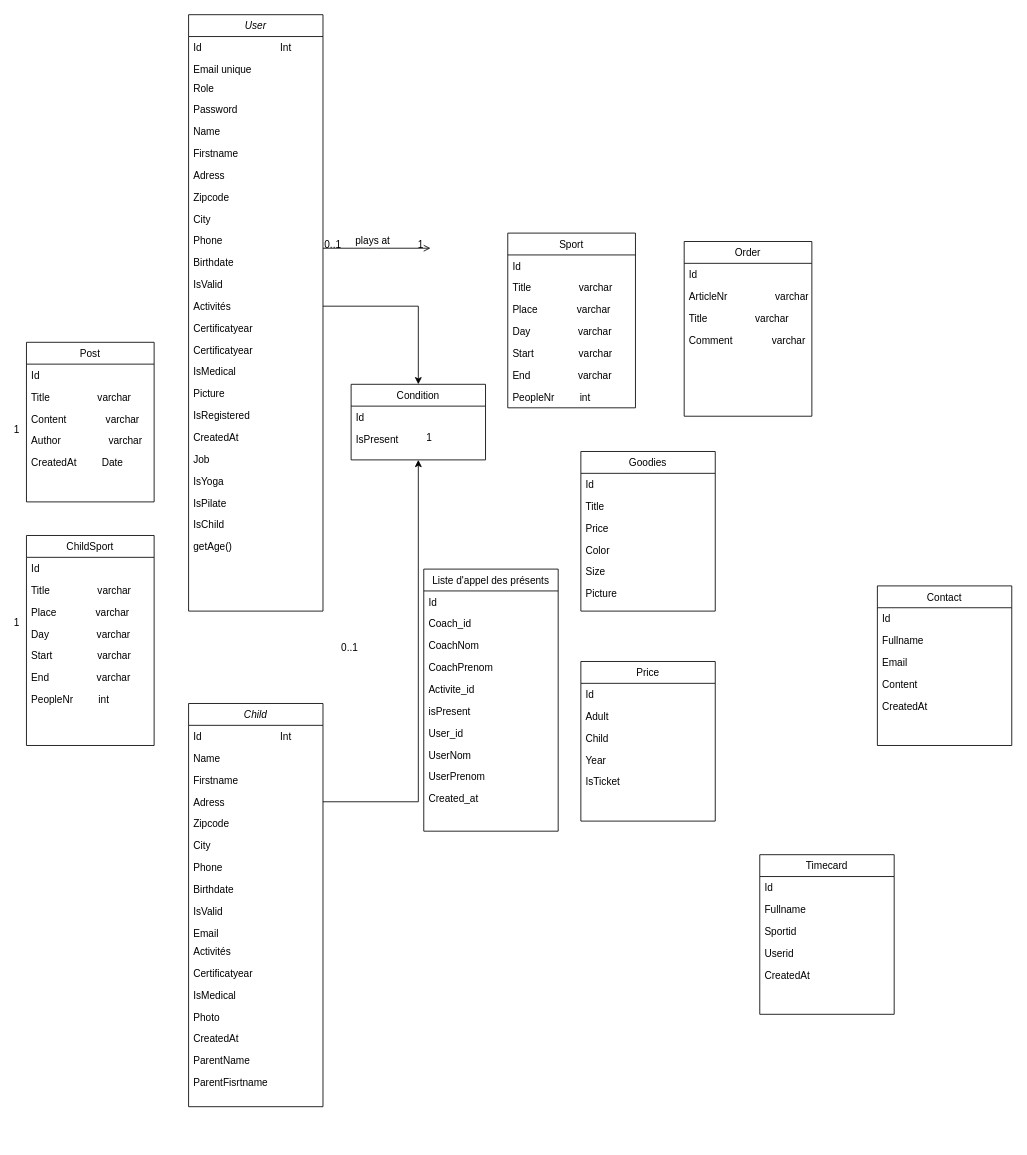
Above: asdec/Diagramme de classe bon.drawio in cyrisa02/diagrammes-UML (draw.io), before the change. Source tidied: cells renumbered, new cells numbered last; positions are measured from the earlier drawing's top-left corner, leaving out a move shared by most shapes. Both pictures are drawn from the tidied source at 84%, with x=0, y=0 at pixel (20, 14).
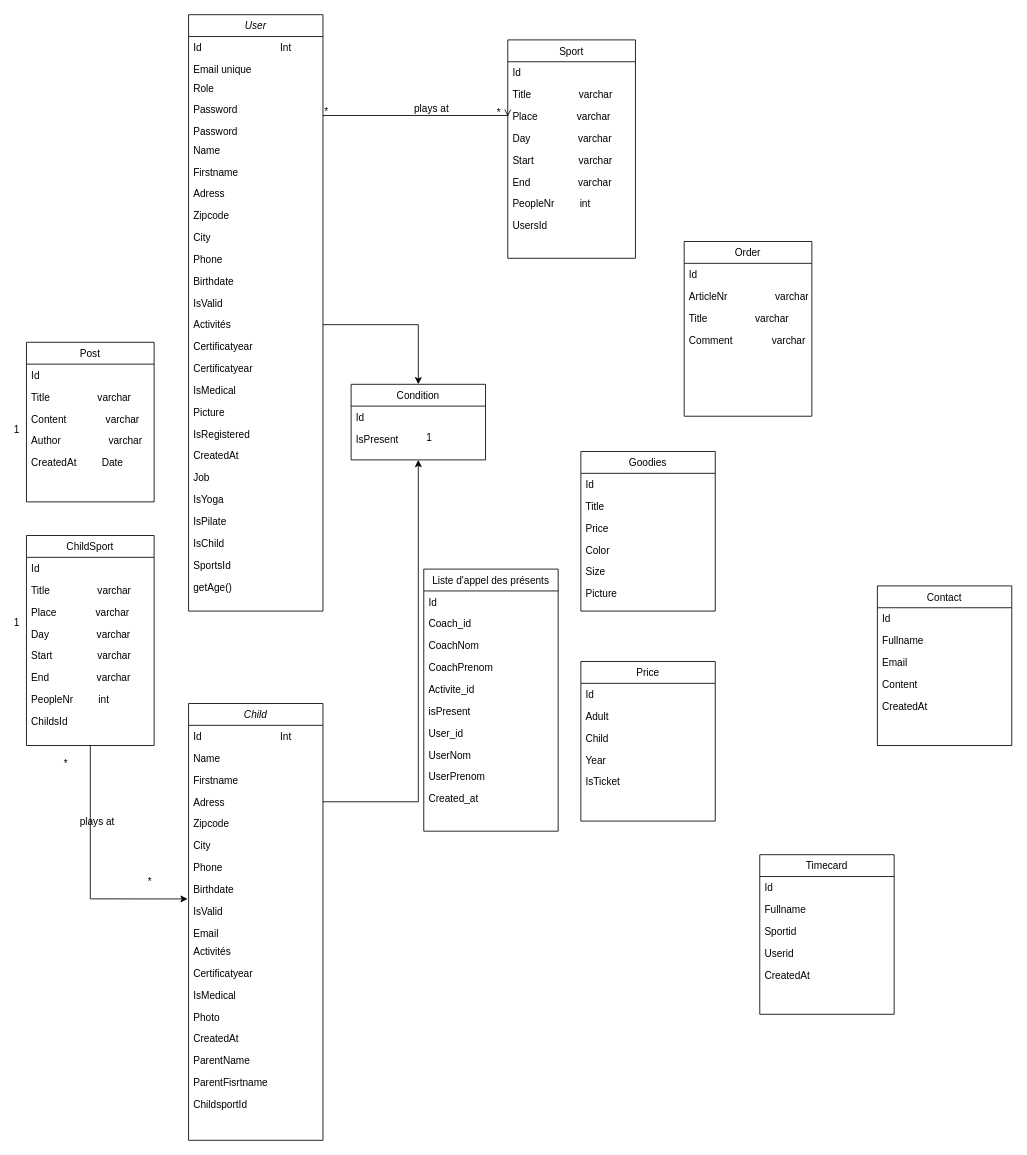
Above is the later version.

Commit message:
Mettre à jour Diagramme de classe bon.drawio

The change refers to these unchanged cells:
```xml
<mxCell id="2" value="User" style="swimlane;fontStyle=2;align=center;verticalAlign=top;horizontal=1;startSize=26;rounded=0;shadow=0;strokeWidth=1;" parent="1" vertex="1">
  <mxGeometry x="200" width="160" height="710" as="geometry" />
</mxCell>
<mxCell id="35" value="Place              varchar" style="text;align=left;verticalAlign=top;spacingLeft=4;spacingRight=4;overflow=hidden;points=[[0,0.5],[1,0.5]];portConstraint=eastwest;rounded=0;shadow=0;html=0;" parent="32" vertex="1">
  <mxGeometry y="78" width="152" height="26" as="geometry" />
</mxCell>
<mxCell id="75" value="IsValid" style="text;align=left;verticalAlign=top;spacingLeft=4;spacingRight=4;overflow=hidden;points=[[0,0.5],[1,0.5]];portConstraint=eastwest;" parent="66" vertex="1">
  <mxGeometry y="234" width="160" height="26" as="geometry" />
</mxCell>
<mxCell id="84" value="ChildSport" style="swimlane;fontStyle=0;align=center;verticalAlign=top;horizontal=1;startSize=26;rounded=0;shadow=0;strokeWidth=1;" parent="1" vertex="1">
  <mxGeometry x="7" y="620" width="152" height="250" as="geometry" />
</mxCell>
```

Change to the diagram source:
```diff
@@
+    <mxCell id="121" value="Password" style="text;align=left;verticalAlign=top;spacingLeft=4;spacingRight=4;overflow=hidden;" parent="2" vertex="1">
+      <mxGeometry y="126" width="160" height="22" as="geometry" />
+    </mxCell>
     <mxCell id="7" value="Name" style="text;align=left;verticalAlign=top;spacingLeft=4;spacingRight=4;overflow=hidden;" parent="2" vertex="1">
-      <mxGeometry y="126" width="160" height="26" as="geometry" />
+      <mxGeometry y="148" width="160" height="26" as="geometry" />
     </mxCell>
     <mxCell id="8" value="Firstname" style="text;align=left;verticalAlign=top;spacingLeft=4;spacingRight=4;overflow=hidden;rounded=0;shadow=0;html=0;" parent="2" vertex="1">
-      <mxGeometry y="152" width="160" height="26" as="geometry" />
+      <mxGeometry y="174" width="160" height="26" as="geometry" />
     </mxCell>
     <mxCell id="9" value="Adress" style="text;align=left;verticalAlign=top;spacingLeft=4;spacingRight=4;overflow=hidden;" parent="2" vertex="1">
-      <mxGeometry y="178" width="160" height="26" as="geometry" />
+      <mxGeometry y="200" width="160" height="26" as="geometry" />
     </mxCell>
     <mxCell id="10" value="Zipcode" style="text;align=left;verticalAlign=top;spacingLeft=4;spacingRight=4;overflow=hidden;" parent="2" vertex="1">
-      <mxGeometry y="204" width="160" height="26" as="geometry" />
+      <mxGeometry y="226" width="160" height="26" as="geometry" />
     </mxCell>
     <mxCell id="11" value="City" style="text;align=left;verticalAlign=top;spacingLeft=4;spacingRight=4;overflow=hidden;" parent="2" vertex="1">
-      <mxGeometry y="230" width="160" height="26" as="geometry" />
+      <mxGeometry y="252" width="160" height="26" as="geometry" />
     </mxCell>
     <mxCell id="12" value="Phone" style="text;align=left;verticalAlign=top;spacingLeft=4;spacingRight=4;overflow=hidden;" parent="2" vertex="1">
-      <mxGeometry y="256" width="160" height="26" as="geometry" />
+      <mxGeometry y="278" width="160" height="26" as="geometry" />
     </mxCell>
     <mxCell id="13" value="Birthdate" style="text;align=left;verticalAlign=top;spacingLeft=4;spacingRight=4;overflow=hidden;" parent="2" vertex="1">
-      <mxGeometry y="282" width="160" height="26" as="geometry" />
+      <mxGeometry y="304" width="160" height="26" as="geometry" />
     </mxCell>
     <mxCell id="14" value="IsValid" style="text;align=left;verticalAlign=top;spacingLeft=4;spacingRight=4;overflow=hidden;" parent="2" vertex="1">
-      <mxGeometry y="308" width="160" height="26" as="geometry" />
+      <mxGeometry y="330" width="160" height="26" as="geometry" />
     </mxCell>
     <mxCell id="15" value="Activités" style="text;align=left;verticalAlign=top;spacingLeft=4;spacingRight=4;overflow=hidden;points=[[0,0.5],[1,0.5]];portConstraint=eastwest;" parent="2" vertex="1">
-      <mxGeometry y="334" width="160" height="26" as="geometry" />
+      <mxGeometry y="356" width="160" height="26" as="geometry" />
     </mxCell>
     <mxCell id="16" value="Certificatyear" style="text;align=left;verticalAlign=top;spacingLeft=4;spacingRight=4;overflow=hidden;" parent="2" vertex="1">
-      <mxGeometry y="360" width="160" height="26" as="geometry" />
+      <mxGeometry y="382" width="160" height="26" as="geometry" />
     </mxCell>
     <mxCell id="17" value="Certificatyear" style="text;align=left;verticalAlign=top;spacingLeft=4;spacingRight=4;overflow=hidden;" parent="2" vertex="1">
-      <mxGeometry y="386" width="160" height="26" as="geometry" />
+      <mxGeometry y="408" width="160" height="26" as="geometry" />
     </mxCell>
     <mxCell id="18" value="IsMedical" style="text;align=left;verticalAlign=top;spacingLeft=4;spacingRight=4;overflow=hidden;" parent="2" vertex="1">
-      <mxGeometry y="412" width="160" height="26" as="geometry" />
+      <mxGeometry y="434" width="160" height="26" as="geometry" />
     </mxCell>
     <mxCell id="19" value="Picture" style="text;align=left;verticalAlign=top;spacingLeft=4;spacingRight=4;overflow=hidden;" parent="2" vertex="1">
-      <mxGeometry y="438" width="160" height="26" as="geometry" />
+      <mxGeometry y="460" width="160" height="26" as="geometry" />
     </mxCell>
     <mxCell id="20" value="IsRegistered" style="text;align=left;verticalAlign=top;spacingLeft=4;spacingRight=4;overflow=hidden;" parent="2" vertex="1">
-      <mxGeometry y="464" width="160" height="26" as="geometry" />
+      <mxGeometry y="486" width="160" height="26" as="geometry" />
     </mxCell>
     <mxCell id="21" value="CreatedAt" style="text;align=left;verticalAlign=top;spacingLeft=4;spacingRight=4;overflow=hidden;" parent="2" vertex="1">
-      <mxGeometry y="490" width="160" height="26" as="geometry" />
+      <mxGeometry y="512" width="160" height="26" as="geometry" />
     </mxCell>
     <mxCell id="22" value="Job" style="text;align=left;verticalAlign=top;spacingLeft=4;spacingRight=4;overflow=hidden;" parent="2" vertex="1">
-      <mxGeometry y="516" width="160" height="26" as="geometry" />
+      <mxGeometry y="538" width="160" height="26" as="geometry" />
     </mxCell>
     <mxCell id="23" value="IsYoga" style="text;align=left;verticalAlign=top;spacingLeft=4;spacingRight=4;overflow=hidden;" parent="2" vertex="1">
-      <mxGeometry y="542" width="160" height="26" as="geometry" />
+      <mxGeometry y="564" width="160" height="26" as="geometry" />
     </mxCell>
     <mxCell id="24" value="IsPilate" style="text;align=left;verticalAlign=top;spacingLeft=4;spacingRight=4;overflow=hidden;" parent="2" vertex="1">
-      <mxGeometry y="568" width="160" height="26" as="geometry" />
+      <mxGeometry y="590" width="160" height="26" as="geometry" />
     </mxCell>
     <mxCell id="25" value="IsChild" style="text;align=left;verticalAlign=top;spacingLeft=4;spacingRight=4;overflow=hidden;" parent="2" vertex="1">
-      <mxGeometry y="594" width="160" height="26" as="geometry" />
+      <mxGeometry y="616" width="160" height="26" as="geometry" />
     </mxCell>
+    <mxCell id="122" value="SportsId" style="text;align=left;verticalAlign=top;spacingLeft=4;spacingRight=4;overflow=hidden;" parent="2" vertex="1">
+      <mxGeometry y="642" width="160" height="26" as="geometry" />
+    </mxCell>
     <mxCell id="26" value="getAge()" style="text;align=left;verticalAlign=top;spacingLeft=4;spacingRight=4;overflow=hidden;" parent="2" vertex="1">
-      <mxGeometry y="620" width="160" height="26" as="geometry" />
+      <mxGeometry y="668" width="160" height="26" as="geometry" />
     </mxCell>
-    <mxCell id="27" style="endArrow=open;shadow=0;strokeWidth=1;rounded=0;endFill=1;edgeStyle=elbowEdgeStyle;elbow=vertical;" parent="1" edge="1" source="2">
+    <mxCell id="27" style="endArrow=open;shadow=0;strokeWidth=1;rounded=0;endFill=1;edgeStyle=elbowEdgeStyle;elbow=vertical;entryX=0;entryY=0.5;entryDx=0;entryDy=0;" parent="1" edge="1" source="2" target="35">
       <mxGeometry x="0.5" y="41" relative="1" as="geometry">
-        <mxPoint x="488" y="278" as="targetPoint" />
+        <Array as="points">
+          <mxPoint x="440" y="120" />
+          <mxPoint x="520" y="240" />
+        </Array>
         <mxPoint x="-40" y="32" as="offset" />
       </mxGeometry>
     </mxCell>
-    <mxCell id="28" value="0..1" style="align=left;verticalAlign=bottom;labelBackgroundColor=none;fontSize=12;" parent="27" vertex="1">
+    <mxCell id="28" value="*" style="align=left;verticalAlign=bottom;labelBackgroundColor=none;fontSize=12;" parent="27" vertex="1">
       <mxGeometry x="-1" relative="1" as="geometry">
         <mxPoint y="4" as="offset" />
       </mxGeometry>
     </mxCell>
-    <mxCell id="29" value="1" style="align=right;verticalAlign=bottom;labelBackgroundColor=none;fontSize=12;" parent="27" vertex="1">
+    <mxCell id="29" value="*" style="align=right;verticalAlign=bottom;labelBackgroundColor=none;fontSize=12;" parent="27" vertex="1">
       <mxGeometry x="1" relative="1" as="geometry">
         <mxPoint x="-7" y="4" as="offset" />
       </mxGeometry>
     </mxCell>
@@
-    <mxCell id="31" value="0..1" style="align=left;verticalAlign=bottom;labelBackgroundColor=none;fontSize=12;" parent="27" vertex="1">
+    <mxCell id="31" value="*" style="align=left;verticalAlign=bottom;labelBackgroundColor=none;fontSize=12;" parent="27" vertex="1">
       <mxGeometry x="-1" relative="1" as="geometry">
-        <mxPoint x="20" y="484" as="offset" />
+        <mxPoint x="-210" y="920" as="offset" />
       </mxGeometry>
     </mxCell>
+    <mxCell id="123" value="*" style="align=left;verticalAlign=bottom;labelBackgroundColor=none;fontSize=12;" parent="27" vertex="1">
+      <mxGeometry x="-1" relative="1" as="geometry">
+        <mxPoint x="-310" y="780" as="offset" />
+      </mxGeometry>
+    </mxCell>
+    <mxCell id="124" value="plays at" style="text;html=1;align=center;verticalAlign=middle;labelBackgroundColor=none;rounded=0;shadow=0;strokeWidth=1;fontSize=12;" parent="27" vertex="1">
+      <mxGeometry x="0.5" y="49" relative="1" as="geometry">
+        <mxPoint x="-436" y="889" as="offset" />
+      </mxGeometry>
+    </mxCell>
     <mxCell id="32" value="Sport" style="swimlane;fontStyle=0;align=center;verticalAlign=top;horizontal=1;startSize=26;rounded=0;shadow=0;strokeWidth=1;" parent="1" vertex="1">
-      <mxGeometry x="580" y="260" width="152" height="208" as="geometry" />
+      <mxGeometry x="580" y="30" width="152" height="260" as="geometry" />
     </mxCell>
@@
+    <mxCell id="125" value="UsersId" style="text;align=left;verticalAlign=top;spacingLeft=4;spacingRight=4;overflow=hidden;rounded=0;shadow=0;html=0;" parent="32" vertex="1">
+      <mxGeometry y="208" width="152" height="26" as="geometry" />
+    </mxCell>
@@
     <mxCell id="66" value="Child" style="swimlane;fontStyle=2;align=center;verticalAlign=top;horizontal=1;startSize=26;rounded=0;shadow=0;strokeWidth=1;" parent="1" vertex="1">
-      <mxGeometry x="200" y="820" width="160" height="480" as="geometry" />
+      <mxGeometry x="200" y="820" width="160" height="520" as="geometry" />
     </mxCell>
@@
+    <mxCell id="126" value="ChildsportId" style="text;align=left;verticalAlign=top;spacingLeft=4;spacingRight=4;overflow=hidden;" parent="66" vertex="1">
+      <mxGeometry y="464" width="160" height="26" as="geometry" />
+    </mxCell>
+    <mxCell id="127" style="edgeStyle=orthogonalEdgeStyle;rounded=0;jettySize=auto;html=1;exitX=0.5;exitY=1;exitDx=0;exitDy=0;entryX=-0.007;entryY=-0.052;entryDx=0;entryDy=0;entryPerimeter=0;" parent="1" edge="1" source="84" target="75">
+      <mxGeometry relative="1" as="geometry" />
+    </mxCell>
@@
+    <mxCell id="128" value="ChildsId" style="text;align=left;verticalAlign=top;spacingLeft=4;spacingRight=4;overflow=hidden;rounded=0;shadow=0;html=0;" parent="84" vertex="1">
+      <mxGeometry y="208" width="152" height="26" as="geometry" />
+    </mxCell>
```
